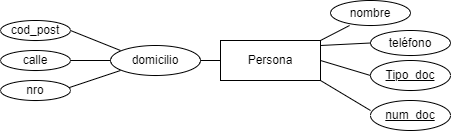
The draw.io diagram Biblioteca-segunda forma.png in franchin98/Diagramas, before a commit. Source tidied: cells renumbered, new cells last; positions are measured from the earlier drawing's top-left corner, leaving out a move shared by most shapes.
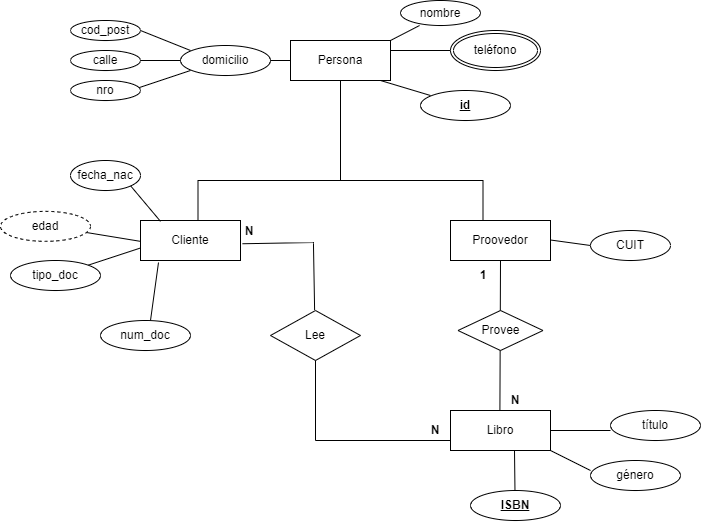
Later version of the same file.

What changed in the source:
```diff
@@ -2,6 +2,9 @@
   <root>
     <mxCell id="0" />
     <mxCell id="1" parent="0" />
+    <mxCell id="19" style="shape=partialRectangle;whiteSpace=wrap;html=1;bottom=1;right=1;left=1;top=0;fillColor=none;routingCenterX=-0.5;direction=west;" parent="1" vertex="1">
+      <mxGeometry x="127.5" y="180" width="285" height="40" as="geometry" />
+    </mxCell>
     <mxCell id="2" value="Persona" style="whiteSpace=wrap;html=1;align=center;" parent="1" vertex="1">
       <mxGeometry x="220" y="40" width="100" height="40" as="geometry" />
     </mxCell>
@@ -42,35 +45,132 @@
     <mxCell id="11" value="nombre" style="ellipse;whiteSpace=wrap;html=1;align=center;" parent="1" vertex="1">
       <mxGeometry x="330" width="80" height="25" as="geometry" />
     </mxCell>
-    <mxCell id="12" value="teléfono" style="ellipse;whiteSpace=wrap;html=1;align=center;" parent="1" vertex="1">
-      <mxGeometry x="370" y="30" width="80" height="25" as="geometry" />
-    </mxCell>
-    <mxCell id="13" value="Tipo_doc" style="ellipse;whiteSpace=wrap;html=1;align=center;fontStyle=4;" parent="1" vertex="1">
-      <mxGeometry x="370" y="60" width="80" height="30" as="geometry" />
-    </mxCell>
-    <mxCell id="14" value="num_doc" style="ellipse;whiteSpace=wrap;html=1;align=center;fontStyle=4;" parent="1" vertex="1">
-      <mxGeometry x="370" y="100" width="80" height="30" as="geometry" />
-    </mxCell>
-    <mxCell id="15" style="endArrow=none;html=1;rounded=0;" parent="1" edge="1">
+    <mxCell id="15" style="endArrow=none;html=1;rounded=0;entryX=0.18;entryY=1.05;entryDx=0;entryDy=0;entryPerimeter=0;" parent="1" edge="1" target="20">
       <mxGeometry relative="1" as="geometry">
-        <mxPoint x="370" y="110" as="sourcePoint" />
-        <mxPoint x="320" y="80" as="targetPoint" />
+        <mxPoint x="80" y="320" as="sourcePoint" />
       </mxGeometry>
     </mxCell>
-    <mxCell id="16" style="endArrow=none;html=1;rounded=0;exitX=0;exitY=0.5;exitDx=0;exitDy=0;" parent="1" edge="1" source="13">
+    <mxCell id="16" style="endArrow=none;html=1;rounded=0;exitX=0;exitY=0.5;exitDx=0;exitDy=0;entryX=1;entryY=0;entryDx=0;entryDy=0;" parent="1" edge="1" target="21">
       <mxGeometry relative="1" as="geometry">
-        <mxPoint x="320" y="60" as="targetPoint" />
+        <mxPoint x="70" y="247.5" as="sourcePoint" />
       </mxGeometry>
     </mxCell>
-    <mxCell id="17" style="endArrow=none;html=1;rounded=0;exitX=0;exitY=0.5;exitDx=0;exitDy=0;" parent="1" edge="1" source="12">
-      <mxGeometry relative="1" as="geometry">
-        <mxPoint x="320" y="45" as="targetPoint" />
-      </mxGeometry>
+    <mxCell id="17" style="endArrow=none;html=1;rounded=0;exitX=0;exitY=0.5;exitDx=0;exitDy=0;entryX=1;entryY=0.25;entryDx=0;entryDy=0;" parent="1" edge="1" source="12" target="2">
+      <mxGeometry relative="1" as="geometry" />
     </mxCell>
     <mxCell id="18" style="endArrow=none;html=1;rounded=0;exitX=0.238;exitY=1;exitDx=0;exitDy=0;exitPerimeter=0;" parent="1" edge="1" source="11">
       <mxGeometry relative="1" as="geometry">
         <mxPoint x="320" y="40" as="targetPoint" />
       </mxGeometry>
     </mxCell>
+    <mxCell id="20" value="Cliente" style="whiteSpace=wrap;html=1;align=center;" parent="1" vertex="1">
+      <mxGeometry x="70" y="220" width="100" height="40" as="geometry" />
+    </mxCell>
+    <mxCell id="21" value="tipo_doc" style="ellipse;whiteSpace=wrap;html=1;align=center;" parent="1" vertex="1">
+      <mxGeometry x="-60" y="260" width="90" height="30" as="geometry" />
+    </mxCell>
+    <mxCell id="14" value="num_doc" style="ellipse;whiteSpace=wrap;html=1;align=center;" parent="1" vertex="1">
+      <mxGeometry x="30" y="320" width="90" height="30" as="geometry" />
+    </mxCell>
+    <mxCell id="22" value="id" style="ellipse;whiteSpace=wrap;html=1;align=center;fontStyle=5;" parent="1" vertex="1">
+      <mxGeometry x="350" y="90" width="90" height="30" as="geometry" />
+    </mxCell>
+    <mxCell id="23" style="endArrow=none;html=1;rounded=0;exitX=0;exitY=0.5;exitDx=0;exitDy=0;" parent="1" edge="1">
+      <mxGeometry relative="1" as="geometry">
+        <mxPoint x="360" y="95" as="sourcePoint" />
+        <mxPoint x="310" y="80" as="targetPoint" />
+      </mxGeometry>
+    </mxCell>
+    <mxCell id="24" value="Proovedor" style="whiteSpace=wrap;html=1;align=center;" parent="1" vertex="1">
+      <mxGeometry x="380" y="220" width="100" height="40" as="geometry" />
+    </mxCell>
+    <mxCell id="25" value="CUIT" style="ellipse;whiteSpace=wrap;html=1;align=center;" parent="1" vertex="1">
+      <mxGeometry x="520" y="230" width="80" height="30" as="geometry" />
+    </mxCell>
+    <mxCell id="26" style="endArrow=none;html=1;rounded=0;entryX=0;entryY=0.5;entryDx=0;entryDy=0;" parent="1" edge="1" target="25">
+      <mxGeometry relative="1" as="geometry">
+        <mxPoint x="480" y="239.5" as="sourcePoint" />
+      </mxGeometry>
+    </mxCell>
+    <mxCell id="27" style="line;strokeWidth=1;direction=south;html=1;perimeter=backbonePerimeter;" parent="1" vertex="1">
+      <mxGeometry x="265" y="80" width="10" height="100" as="geometry" />
+    </mxCell>
+    <mxCell id="28" value="Libro" style="whiteSpace=wrap;html=1;align=center;" parent="1" vertex="1">
+      <mxGeometry x="380" y="410" width="100" height="40" as="geometry" />
+    </mxCell>
+    <mxCell id="29" value="título" style="ellipse;whiteSpace=wrap;html=1;align=center;" parent="1" vertex="1">
+      <mxGeometry x="540" y="410" width="90" height="30" as="geometry" />
+    </mxCell>
+    <mxCell id="30" value="género" style="ellipse;whiteSpace=wrap;html=1;align=center;" parent="1" vertex="1">
+      <mxGeometry x="520" y="460" width="90" height="30" as="geometry" />
+    </mxCell>
+    <mxCell id="31" value="ISBN" style="ellipse;whiteSpace=wrap;html=1;align=center;fontStyle=5;" parent="1" vertex="1">
+      <mxGeometry x="400" y="490" width="90" height="30" as="geometry" />
+    </mxCell>
+    <mxCell id="32" style="endArrow=none;html=1;rounded=0;" parent="1" edge="1">
+      <mxGeometry relative="1" as="geometry">
+        <mxPoint x="444.5" y="490" as="sourcePoint" />
+        <mxPoint x="444" y="450" as="targetPoint" />
+      </mxGeometry>
+    </mxCell>
+    <mxCell id="33" style="endArrow=none;html=1;rounded=0;exitX=1;exitY=0.5;exitDx=0;exitDy=0;" parent="1" edge="1" source="28">
+      <mxGeometry relative="1" as="geometry">
+        <mxPoint x="540" y="430" as="targetPoint" />
+      </mxGeometry>
+    </mxCell>
+    <mxCell id="34" style="endArrow=none;html=1;rounded=0;exitX=1;exitY=0.5;exitDx=0;exitDy=0;" parent="1" edge="1">
+      <mxGeometry relative="1" as="geometry">
+        <mxPoint x="480" y="450" as="sourcePoint" />
+        <mxPoint x="520" y="470" as="targetPoint" />
+      </mxGeometry>
+    </mxCell>
+    <mxCell id="35" style="shape=partialRectangle;whiteSpace=wrap;html=1;bottom=0;right=0;fillColor=none;rotation=-90;" parent="1" vertex="1">
+      <mxGeometry x="270" y="330" width="85" height="135" as="geometry" />
+    </mxCell>
+    <mxCell id="36" value="Lee" style="shape=rhombus;perimeter=rhombusPerimeter;whiteSpace=wrap;html=1;align=center;" parent="1" vertex="1">
+      <mxGeometry x="200" y="310" width="90" height="50" as="geometry" />
+    </mxCell>
+    <mxCell id="37" style="shape=partialRectangle;whiteSpace=wrap;html=1;bottom=0;right=0;fillColor=none;rotation=89;" parent="1" vertex="1">
+      <mxGeometry x="174.8" y="240.9" width="66.9" height="70.6" as="geometry" />
+    </mxCell>
+    <mxCell id="38" value="N" style="text;html=1;strokeColor=none;fillColor=none;align=center;verticalAlign=middle;whiteSpace=wrap;rounded=0;fontStyle=1;" parent="1" vertex="1">
+      <mxGeometry x="340" y="420" width="50" height="20" as="geometry" />
+    </mxCell>
+    <mxCell id="39" value="N" style="text;html=1;strokeColor=none;fillColor=none;align=center;verticalAlign=middle;whiteSpace=wrap;rounded=0;fontStyle=1;" parent="1" vertex="1">
+      <mxGeometry x="154" y="220.9" width="50" height="20" as="geometry" />
+    </mxCell>
+    <mxCell id="40" style="endArrow=none;html=1;rounded=0;entryX=0.5;entryY=1;entryDx=0;entryDy=0;" parent="1" edge="1" target="24">
+      <mxGeometry relative="1" as="geometry">
+        <mxPoint x="429.4" y="410" as="sourcePoint" />
+      </mxGeometry>
+    </mxCell>
+    <mxCell id="41" value="Provee" style="shape=rhombus;perimeter=rhombusPerimeter;whiteSpace=wrap;html=1;align=center;" parent="1" vertex="1">
+      <mxGeometry x="387.5" y="310" width="85" height="40" as="geometry" />
+    </mxCell>
+    <mxCell id="42" value="fecha_nac" style="ellipse;whiteSpace=wrap;html=1;align=center;" parent="1" vertex="1">
+      <mxGeometry y="160" width="70" height="30" as="geometry" />
+    </mxCell>
+    <mxCell id="43" style="endArrow=none;html=1;rounded=0;entryX=1;entryY=1;entryDx=0;entryDy=0;" parent="1" edge="1" target="42">
+      <mxGeometry relative="1" as="geometry">
+        <mxPoint x="90" y="220.9" as="sourcePoint" />
+      </mxGeometry>
+    </mxCell>
+    <mxCell id="44" style="endArrow=none;html=1;rounded=0;" parent="1" edge="1" target="45">
+      <mxGeometry relative="1" as="geometry">
+        <mxPoint x="70" y="240.9" as="sourcePoint" />
+      </mxGeometry>
+    </mxCell>
+    <mxCell id="45" value="edad" style="ellipse;whiteSpace=wrap;html=1;align=center;dashed=1;" parent="1" vertex="1">
+      <mxGeometry x="-70" y="210.9" width="90" height="30" as="geometry" />
+    </mxCell>
+    <mxCell id="12" value="teléfono" style="ellipse;shape=doubleEllipse;margin=3;whiteSpace=wrap;html=1;align=center;" parent="1" vertex="1">
+      <mxGeometry x="380" y="30" width="90" height="40" as="geometry" />
+    </mxCell>
+    <mxCell id="46" value="N" style="text;html=1;strokeColor=none;fillColor=none;align=center;verticalAlign=middle;whiteSpace=wrap;rounded=0;fontStyle=1;" parent="1" vertex="1">
+      <mxGeometry x="420" y="390" width="50" height="20" as="geometry" />
+    </mxCell>
+    <mxCell id="47" value="1" style="text;html=1;strokeColor=none;fillColor=none;align=center;verticalAlign=middle;whiteSpace=wrap;rounded=0;fontStyle=1;" parent="1" vertex="1">
+      <mxGeometry x="387.5" y="260" width="50" height="30" as="geometry" />
+    </mxCell>
   </root>
 </mxGraphModel>
```
